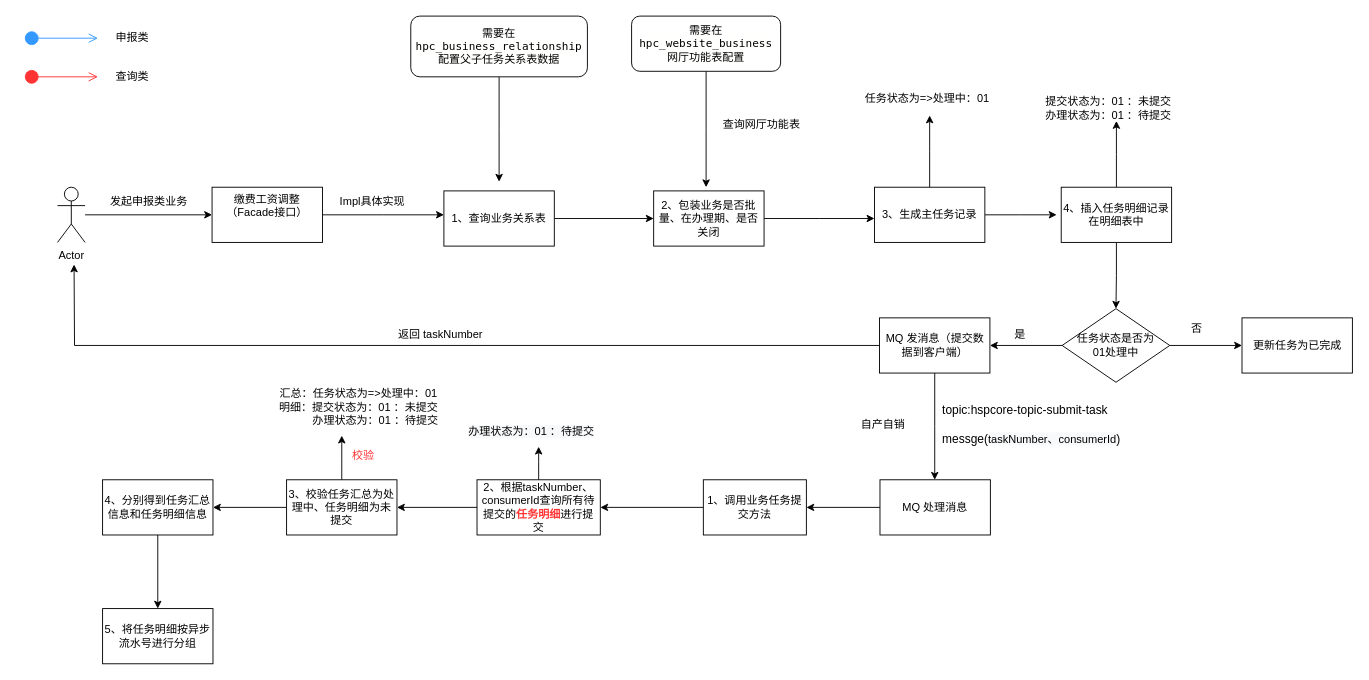
This is 人社底层详细解析流程图.drawio from YYB1024/myRemoteRepo, a draw.io file, before an edit. Source tidied: cells renumbered, new cells numbered last; positions are measured from the earlier drawing's top-left corner, leaving out a move shared by most shapes. Both pictures are drawn from the tidied source at 92%, with x=0, y=0 at pixel (24, 16).
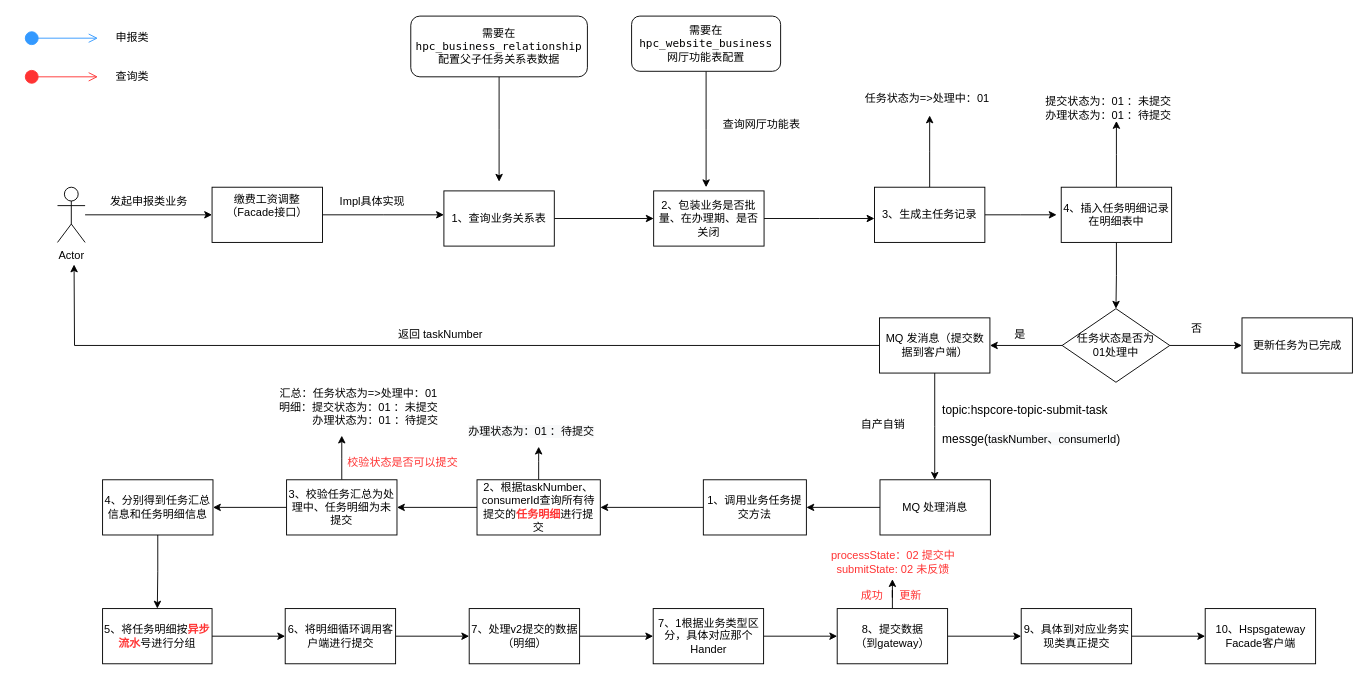
Above is the later version.

Commit message:
更新人社底层详细解析流程图.drawio

What changed in the source:
```diff
@@
+    <mxCell id="57" style="edgeStyle=orthogonalEdgeStyle;rounded=0;jettySize=auto;html=1;fontColor=#FF3333;" parent="1" edge="1" source="52" target="59">
+      <mxGeometry relative="1" as="geometry" />
+    </mxCell>
-    <mxCell id="52" value="5、将任务明细按异步流水号进行分组" style="whiteSpace=wrap;html=1;rounded=0;" parent="1" vertex="1">
-      <mxGeometry x="85" y="644" width="120" height="60" as="geometry" />
+    <mxCell id="52" value="5、将任务明细按&lt;b&gt;&lt;font color=&quot;#ff3333&quot;&gt;异步流水&lt;/font&gt;&lt;/b&gt;号进行分组" style="whiteSpace=wrap;html=1;rounded=0;" parent="1" vertex="1">
+      <mxGeometry x="85" y="644" width="119" height="60" as="geometry" />
     </mxCell>
@@
-    <mxCell id="56" value="校验" style="text;html=1;align=center;verticalAlign=middle;strokeColor=none;fillColor=none;fontColor=#FF3333;" parent="1" vertex="1">
-      <mxGeometry x="347" y="466" width="42" height="24" as="geometry" />
+    <mxCell id="56" value="校验状态是否可以提交" style="text;html=1;align=center;verticalAlign=middle;strokeColor=none;fillColor=none;fontColor=#FF3333;" parent="1" vertex="1">
+      <mxGeometry x="342" y="474" width="138" height="24" as="geometry" />
     </mxCell>
+    <mxCell id="58" style="edgeStyle=orthogonalEdgeStyle;rounded=0;jettySize=auto;html=1;fontColor=#FF3333;" parent="1" edge="1" source="59" target="61">
+      <mxGeometry relative="1" as="geometry" />
+    </mxCell>
+    <mxCell id="59" value="6、将明细循环调用客户端进行提交" style="whiteSpace=wrap;html=1;rounded=0;" parent="1" vertex="1">
+      <mxGeometry x="283.5" y="644" width="120" height="60" as="geometry" />
+    </mxCell>
+    <mxCell id="60" style="edgeStyle=orthogonalEdgeStyle;rounded=0;jettySize=auto;html=1;fontColor=#FF3333;" parent="1" edge="1" source="61" target="63">
+      <mxGeometry relative="1" as="geometry" />
+    </mxCell>
+    <mxCell id="61" value="7、处理v2提交的数据（明细）" style="whiteSpace=wrap;html=1;rounded=0;" parent="1" vertex="1">
+      <mxGeometry x="483.5" y="644" width="120" height="60" as="geometry" />
+    </mxCell>
+    <mxCell id="62" style="edgeStyle=orthogonalEdgeStyle;rounded=0;jettySize=auto;html=1;fontColor=#FF3333;" parent="1" edge="1" source="63" target="66">
+      <mxGeometry relative="1" as="geometry" />
+    </mxCell>
+    <mxCell id="63" value="7、1根据业务类型区分，具体对应那个Hander" style="whiteSpace=wrap;html=1;rounded=0;" parent="1" vertex="1">
+      <mxGeometry x="683.5" y="644" width="120" height="60" as="geometry" />
+    </mxCell>
+    <mxCell id="64" style="edgeStyle=orthogonalEdgeStyle;rounded=0;jettySize=auto;html=1;fontColor=#FF3333;" parent="1" edge="1" source="66" target="67">
+      <mxGeometry relative="1" as="geometry" />
+    </mxCell>
+    <mxCell id="65" style="edgeStyle=orthogonalEdgeStyle;rounded=0;jettySize=auto;html=1;fontColor=#FF3333;" parent="1" edge="1" source="66" target="71">
+      <mxGeometry relative="1" as="geometry" />
+    </mxCell>
+    <mxCell id="66" value="8、提交数据&lt;br&gt;（到gateway）" style="whiteSpace=wrap;html=1;rounded=0;" parent="1" vertex="1">
+      <mxGeometry x="883.5" y="644" width="120" height="60" as="geometry" />
+    </mxCell>
+    <mxCell id="67" value="processState：02 提交中&lt;br&gt;submitState: 02 未反馈" style="text;html=1;align=center;verticalAlign=middle;points=[];strokeColor=none;fillColor=none;fontColor=#FF3333;" parent="1" vertex="1">
+      <mxGeometry x="868.5" y="576" width="150" height="36" as="geometry" />
+    </mxCell>
+    <mxCell id="68" value="更新" style="text;html=1;align=center;verticalAlign=middle;strokeColor=none;fillColor=none;fontColor=#FF3333;" parent="1" vertex="1">
+      <mxGeometry x="942" y="618" width="42" height="24" as="geometry" />
+    </mxCell>
+    <mxCell id="69" value="成功" style="text;html=1;align=center;verticalAlign=middle;strokeColor=none;fillColor=none;fontColor=#FF3333;" parent="1" vertex="1">
+      <mxGeometry x="900" y="618" width="42" height="24" as="geometry" />
+    </mxCell>
+    <mxCell id="70" style="edgeStyle=orthogonalEdgeStyle;rounded=0;jettySize=auto;html=1;fontColor=#FF3333;" parent="1" edge="1" source="71" target="72">
+      <mxGeometry relative="1" as="geometry" />
+    </mxCell>
+    <mxCell id="71" value="9、具体到对应业务实现类真正提交" style="whiteSpace=wrap;html=1;rounded=0;" parent="1" vertex="1">
+      <mxGeometry x="1083.5" y="644" width="120" height="60" as="geometry" />
+    </mxCell>
+    <mxCell id="72" value="10、Hspsgateway Facade客户端" style="whiteSpace=wrap;html=1;rounded=0;" parent="1" vertex="1">
+      <mxGeometry x="1283.5" y="644" width="120" height="60" as="geometry" />
+    </mxCell>
```
